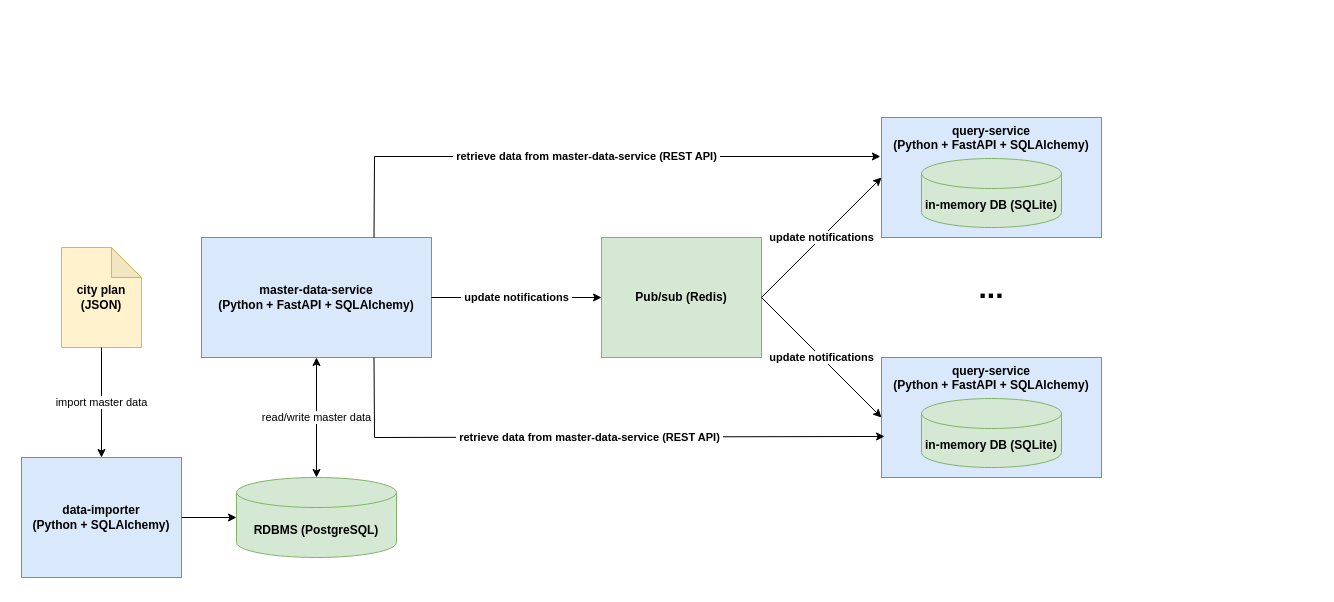
This is page "Intro" (1 of 5) of diagrams/diagrams.drawio from Jardo72/City-Navigator, a draw.io file, before an edit. Source tidied: cells renumbered, new cells numbered last; positions are measured from the earlier drawing's top-left corner, leaving out a move shared by most shapes. Both pictures are drawn from the tidied source at 100%, with x=0, y=0 at pixel (21, 117).
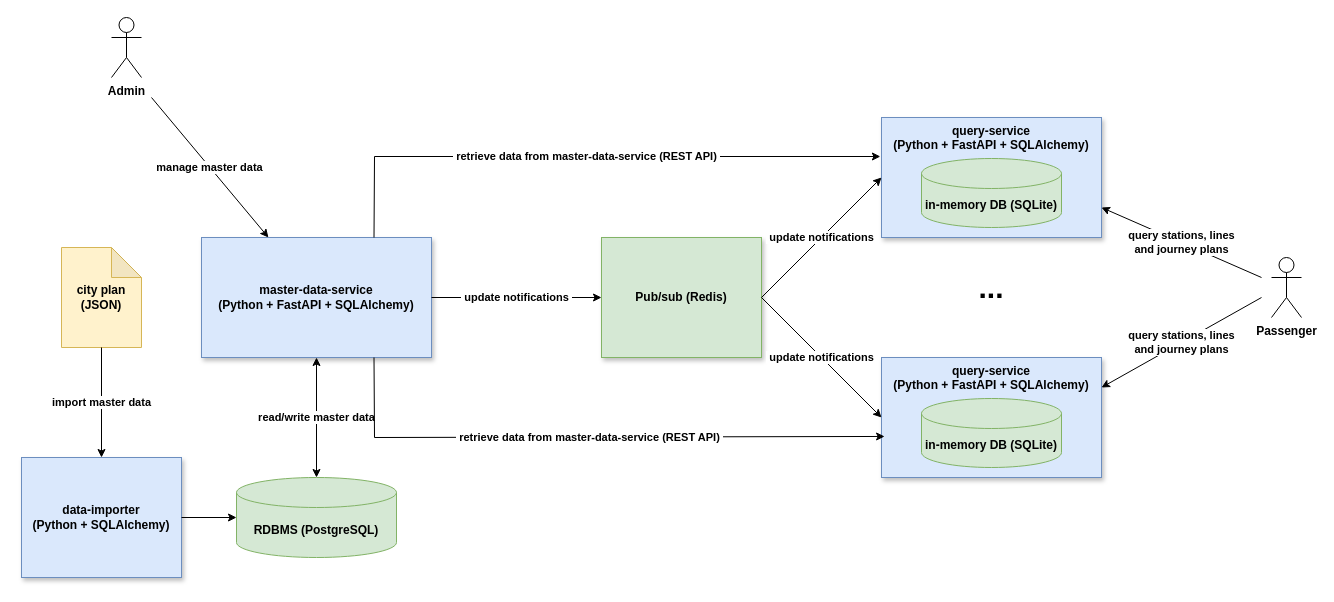
Above is the later version.

Unchanged cells that the change refers to:
```xml
<mxCell id="4" value="RDBMS (PostgreSQL)" style="shape=cylinder3;whiteSpace=wrap;html=1;boundedLbl=1;backgroundOutline=1;size=15;fontStyle=1;fillColor=#d5e8d4;strokeColor=#82b366;" parent="1" vertex="1">
  <mxGeometry x="215" y="360" width="160" height="80" as="geometry" />
</mxCell>
<mxCell id="15" value="city plan&lt;br&gt;(JSON)" style="shape=note;whiteSpace=wrap;html=1;backgroundOutline=1;darkOpacity=0.05;fontStyle=1;fillColor=#fff2cc;strokeColor=#d6b656;" parent="1" vertex="1">
  <mxGeometry x="40" y="130" width="80" height="100" as="geometry" />
</mxCell>
```

Diff of the diagram source:
```diff
@@
-    <mxCell id="2" value="query-service&lt;br&gt;(Python + FastAPI + SQLAlchemy)" style="rounded=0;whiteSpace=wrap;html=1;verticalAlign=top;fontStyle=1;fillColor=#dae8fc;strokeColor=#6c8ebf;" parent="1" vertex="1">
+    <mxCell id="2" value="query-service&lt;br&gt;(Python + FastAPI + SQLAlchemy)" style="rounded=0;whiteSpace=wrap;html=1;verticalAlign=top;fontStyle=1;fillColor=#dae8fc;strokeColor=#6c8ebf;shadow=1;" parent="1" vertex="1">
       <mxGeometry x="860" width="220" height="120" as="geometry" />
     </mxCell>
-    <mxCell id="3" value="master-data-service&lt;br&gt;(Python + FastAPI + SQLAlchemy)" style="rounded=0;whiteSpace=wrap;html=1;fontStyle=1;fillColor=#dae8fc;strokeColor=#6c8ebf;" parent="1" vertex="1">
+    <mxCell id="3" value="master-data-service&lt;br&gt;(Python + FastAPI + SQLAlchemy)" style="rounded=0;whiteSpace=wrap;html=1;fontStyle=1;fillColor=#dae8fc;strokeColor=#6c8ebf;shadow=1;" parent="1" vertex="1">
       <mxGeometry x="180" y="120" width="230" height="120" as="geometry" />
     </mxCell>
@@
-    <mxCell id="6" value="Pub/sub (Redis)" style="rounded=0;whiteSpace=wrap;html=1;fontStyle=1;fillColor=#d5e8d4;strokeColor=#82b366;" parent="1" vertex="1">
+    <mxCell id="6" value="Pub/sub (Redis)" style="rounded=0;whiteSpace=wrap;html=1;fontStyle=1;fillColor=#d5e8d4;strokeColor=#82b366;shadow=1;" parent="1" vertex="1">
       <mxGeometry x="580" y="120" width="160" height="120" as="geometry" />
     </mxCell>
@@
-    <mxCell id="8" value="query-service&lt;br&gt;(Python + FastAPI + SQLAlchemy)" style="rounded=0;whiteSpace=wrap;html=1;verticalAlign=top;fontStyle=1;fillColor=#dae8fc;strokeColor=#6c8ebf;" parent="1" vertex="1">
+    <mxCell id="8" value="query-service&lt;br&gt;(Python + FastAPI + SQLAlchemy)" style="rounded=0;whiteSpace=wrap;html=1;verticalAlign=top;fontStyle=1;fillColor=#dae8fc;strokeColor=#6c8ebf;shadow=1;" parent="1" vertex="1">
       <mxGeometry x="860" y="240" width="220" height="120" as="geometry" />
     </mxCell>
@@
-    <mxCell id="13" value="data-importer&lt;br&gt;(Python + SQLAlchemy)" style="rounded=0;whiteSpace=wrap;html=1;fontStyle=1;fillColor=#dae8fc;strokeColor=#6c8ebf;" parent="1" vertex="1">
+    <mxCell id="13" value="data-importer&lt;br&gt;(Python + SQLAlchemy)" style="rounded=0;whiteSpace=wrap;html=1;fontStyle=1;fillColor=#dae8fc;strokeColor=#6c8ebf;shadow=1;" parent="1" vertex="1">
       <mxGeometry y="340" width="160" height="120" as="geometry" />
     </mxCell>
@@
-    <mxCell id="16" value="import master data" style="endArrow=classic;html=1;rounded=0;entryX=0.5;entryY=0;entryDx=0;entryDy=0;exitX=0.5;exitY=1;exitDx=0;exitDy=0;exitPerimeter=0;" parent="1" edge="1" source="15" target="13">
+    <mxCell id="16" value="import master data" style="endArrow=classic;html=1;rounded=0;entryX=0.5;entryY=0;entryDx=0;entryDy=0;exitX=0.5;exitY=1;exitDx=0;exitDy=0;exitPerimeter=0;fontStyle=1;" parent="1" edge="1" source="15" target="13">
       <mxGeometry relative="1" as="geometry">
         <Array as="points">
           <mxPoint x="80" y="290" />
         </Array>
       </mxGeometry>
     </mxCell>
-    <mxCell id="17" value="read/write master data" style="endArrow=classic;startArrow=classic;html=1;rounded=0;exitX=0.5;exitY=0;exitDx=0;exitDy=0;exitPerimeter=0;entryX=0.5;entryY=1;entryDx=0;entryDy=0;" parent="1" edge="1" source="4" target="3">
+    <mxCell id="17" value="read/write master data" style="endArrow=classic;startArrow=classic;html=1;rounded=0;exitX=0.5;exitY=0;exitDx=0;exitDy=0;exitPerimeter=0;entryX=0.5;entryY=1;entryDx=0;entryDy=0;fontStyle=1;" parent="1" edge="1" source="4" target="3">
       <mxGeometry relative="1" as="geometry" />
     </mxCell>
@@
+    <mxCell id="20" value="Admin" style="shape=umlActor;verticalLabelPosition=bottom;verticalAlign=top;html=1;fontStyle=1;" parent="1" vertex="1">
+      <mxGeometry x="90" y="-100" width="30" height="60" as="geometry" />
+    </mxCell>
+    <mxCell id="21" value="Passenger" style="shape=umlActor;verticalLabelPosition=bottom;verticalAlign=top;html=1;fontStyle=1;" parent="1" vertex="1">
+      <mxGeometry x="1250" y="140" width="30" height="60" as="geometry" />
+    </mxCell>
+    <mxCell id="22" value="manage master data" style="endArrow=classic;html=1;rounded=0;entryX=0.291;entryY=0;entryDx=0;entryDy=0;entryPerimeter=0;fontStyle=1;" parent="1" edge="1" target="3">
+      <mxGeometry relative="1" as="geometry">
+        <mxPoint x="130" y="-20" as="sourcePoint" />
+      </mxGeometry>
+    </mxCell>
+    <mxCell id="23" value="query stations, lines&lt;div&gt;and journey plans&lt;/div&gt;" style="endArrow=classic;html=1;rounded=0;entryX=1;entryY=0.75;entryDx=0;entryDy=0;fontStyle=1;" parent="1" edge="1" target="2">
+      <mxGeometry relative="1" as="geometry">
+        <mxPoint x="1240" y="160" as="sourcePoint" />
+      </mxGeometry>
+    </mxCell>
+    <mxCell id="24" value="&lt;span style=&quot;font-weight: 700;&quot;&gt;query stations, lines&lt;/span&gt;&lt;div style=&quot;font-weight: 700;&quot;&gt;and journey plans&lt;/div&gt;" style="endArrow=classic;html=1;rounded=0;entryX=1;entryY=0.25;entryDx=0;entryDy=0;" parent="1" edge="1" target="8">
+      <mxGeometry relative="1" as="geometry">
+        <mxPoint x="1240" y="180" as="sourcePoint" />
+      </mxGeometry>
+    </mxCell>
```
